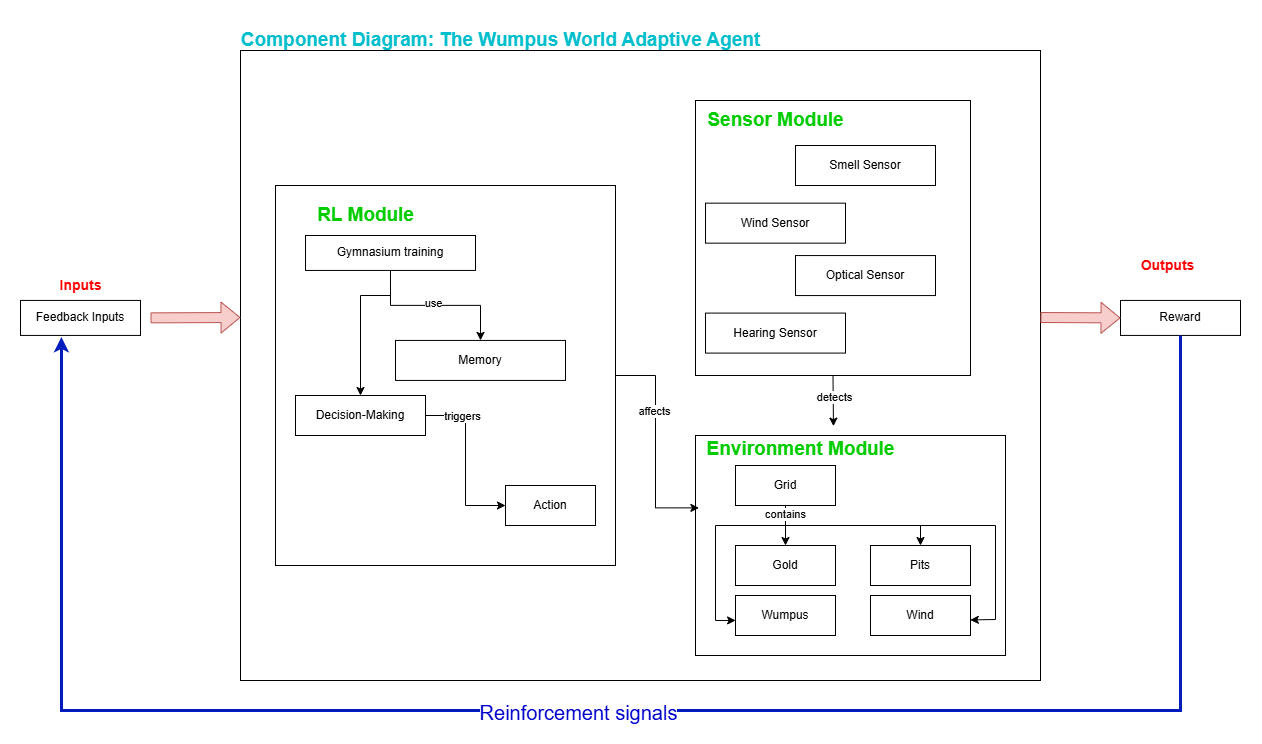
cesarspc/systems-sc-foundations keeps this draw.io diagram as workshops/workshop1/component-diagram.png. Above is the earlier version. Source tidied: cells renumbered, new cells last; positions are measured from the earlier drawing's top-left corner, leaving out a move shared by most shapes.
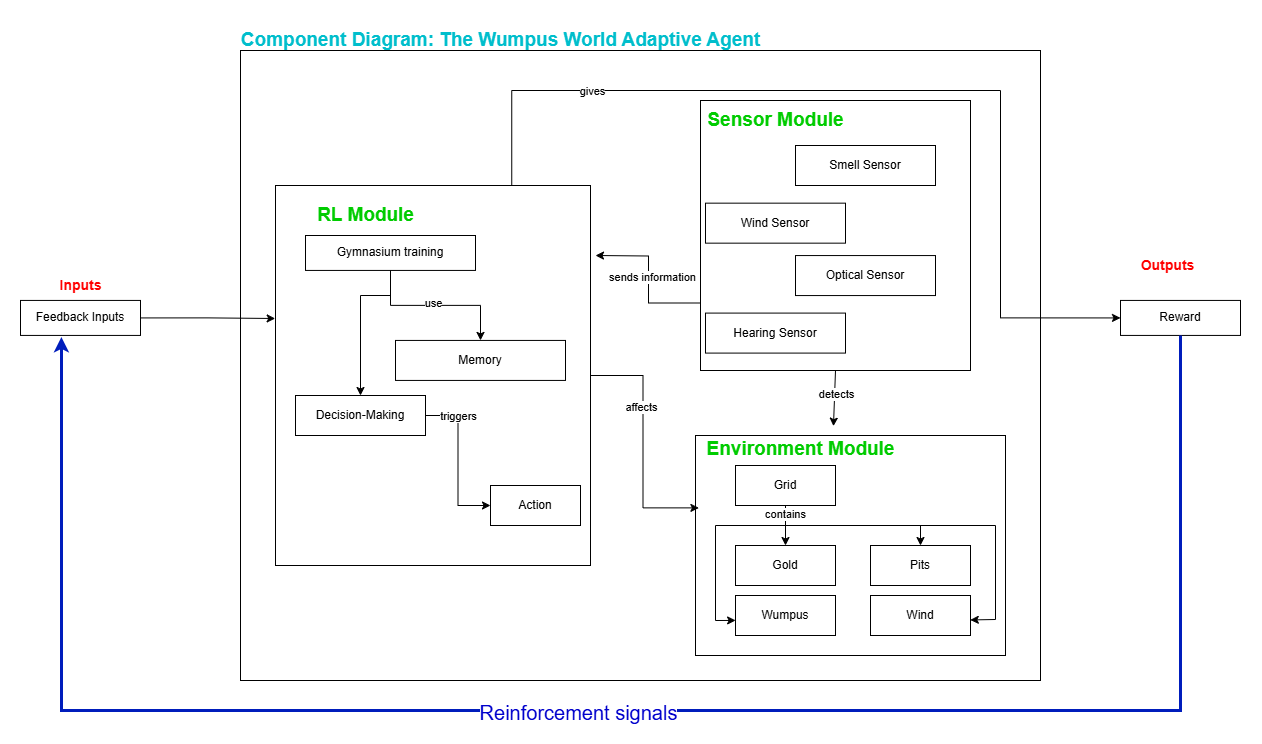
After the commit.

Diff of the diagram source:
```diff
@@ -5,8 +5,20 @@
     <mxCell id="2" style="rounded=0;whiteSpace=wrap;html=1;" parent="1" vertex="1">
       <mxGeometry x="220" y="30" width="800" height="630" as="geometry" />
     </mxCell>
+    <mxCell id="47" style="edgeStyle=orthogonalEdgeStyle;rounded=0;jettySize=auto;html=1;exitX=0.75;exitY=0;exitDx=0;exitDy=0;entryX=0;entryY=0.5;entryDx=0;entryDy=0;" parent="1" edge="1" source="3" target="9">
+      <mxGeometry relative="1" as="geometry">
+        <Array as="points">
+          <mxPoint x="491" y="70" />
+          <mxPoint x="980" y="70" />
+          <mxPoint x="980" y="297" />
+        </Array>
+      </mxGeometry>
+    </mxCell>
+    <mxCell id="48" value="gives" style="edgeLabel;html=1;align=center;verticalAlign=middle;" parent="47" vertex="1">
+      <mxGeometry x="-0.62" relative="1" as="geometry" />
+    </mxCell>
     <mxCell id="3" style="rounded=0;whiteSpace=wrap;html=1;" parent="1" vertex="1">
-      <mxGeometry x="255" y="165" width="340" height="380" as="geometry" />
+      <mxGeometry x="255" y="165" width="315" height="380" as="geometry" />
     </mxCell>
     <mxCell id="4" value="&lt;font style=&quot;font-size: 19px;&quot;&gt;&lt;b style=&quot;font-size: 19px;&quot;&gt;Component Diagram: The Wumpus World Adaptive Agent&lt;/b&gt;&lt;/font&gt;" style="text;html=1;align=center;verticalAlign=middle;strokeColor=none;fillColor=none;fontColor=#00becc;fontSize=19;" parent="1" vertex="1">
       <mxGeometry x="210" width="540" height="40" as="geometry" />
@@ -37,22 +49,11 @@
     <mxCell id="11" value="&lt;font style=&quot;font-size: 20px;&quot;&gt;Reinforcement signals&lt;/font&gt;" style="edgeLabel;html=1;align=center;verticalAlign=middle;fontColor=#0000CC;" parent="10" vertex="1">
       <mxGeometry x="0.05" y="1" relative="1" as="geometry" />
     </mxCell>
-    <mxCell id="12" style="shape=flexArrow;endArrow=classic;html=1;rounded=0;exitX=1;exitY=0.5;exitDx=0;exitDy=0;fontSize=13;fontColor=#ff0000;fillColor=#f8cecc;strokeColor=#b85450;" parent="1" edge="1">
-      <mxGeometry relative="1" as="geometry">
-        <mxPoint x="130" y="297.4" as="sourcePoint" />
-        <mxPoint x="220" y="297" as="targetPoint" />
-      </mxGeometry>
-    </mxCell>
-    <mxCell id="13" style="shape=flexArrow;endArrow=classic;html=1;rounded=0;entryX=0;entryY=0.5;entryDx=0;entryDy=0;fillColor=#f8cecc;strokeColor=#b85450;" parent="1" edge="1" target="9">
-      <mxGeometry relative="1" as="geometry">
-        <mxPoint x="1020" y="297" as="sourcePoint" />
-      </mxGeometry>
-    </mxCell>
     <mxCell id="14" style="edgeStyle=orthogonalEdgeStyle;rounded=0;orthogonalLoop=1;jettySize=auto;html=1;exitX=0.5;exitY=1;exitDx=0;exitDy=0;" parent="1" edge="1" source="2" target="2">
       <mxGeometry relative="1" as="geometry" />
     </mxCell>
     <mxCell id="15" style="whiteSpace=wrap;html=1;" parent="1" vertex="1">
-      <mxGeometry x="675" y="80" width="275" height="275" as="geometry" />
+      <mxGeometry x="680" y="80" width="270" height="270" as="geometry" />
     </mxCell>
     <mxCell id="16" value="&lt;span style=&quot;text-wrap: nowrap;&quot;&gt;Smell Sensor&lt;/span&gt;" style="rounded=0;whiteSpace=wrap;html=1;" parent="1" vertex="1">
       <mxGeometry x="775" y="125" width="140" height="40" as="geometry" />
@@ -161,7 +162,7 @@
       </mxGeometry>
     </mxCell>
     <mxCell id="44" value="Action" style="rounded=0;whiteSpace=wrap;html=1;" parent="1" vertex="1">
-      <mxGeometry x="485" y="465" width="90" height="40" as="geometry" />
+      <mxGeometry x="470" y="465" width="90" height="40" as="geometry" />
     </mxCell>
     <mxCell id="45" style="edgeStyle=orthogonalEdgeStyle;rounded=0;jettySize=auto;html=1;exitX=1;exitY=0.5;exitDx=0;exitDy=0;entryX=0.011;entryY=0.329;entryDx=0;entryDy=0;entryPerimeter=0;" parent="1" edge="1" source="3" target="30">
       <mxGeometry relative="1" as="geometry" />
@@ -169,5 +170,18 @@
     <mxCell id="46" value="affects" style="edgeLabel;html=1;align=center;verticalAlign=middle;" parent="45" vertex="1">
       <mxGeometry x="-0.3" y="-2" relative="1" as="geometry" />
     </mxCell>
+    <mxCell id="49" style="edgeStyle=orthogonalEdgeStyle;rounded=0;jettySize=auto;html=1;exitX=1;exitY=0.5;exitDx=0;exitDy=0;entryX=-0.001;entryY=0.35;entryDx=0;entryDy=0;entryPerimeter=0;" parent="1" edge="1" source="6" target="3">
+      <mxGeometry relative="1" as="geometry" />
+    </mxCell>
+    <mxCell id="50" style="edgeStyle=orthogonalEdgeStyle;rounded=0;jettySize=auto;html=1;exitX=0;exitY=0.75;exitDx=0;exitDy=0;" parent="1" edge="1" source="15">
+      <mxGeometry relative="1" as="geometry">
+        <mxPoint x="575" y="235" as="targetPoint" />
+      </mxGeometry>
+    </mxCell>
+    <mxCell id="51" value="sends information" style="edgeLabel;html=1;align=center;verticalAlign=middle;" parent="50" vertex="1">
+      <mxGeometry x="0.07" y="2" relative="1" as="geometry">
+        <mxPoint x="5" y="3" as="offset" />
+      </mxGeometry>
+    </mxCell>
   </root>
 </mxGraphModel>
```
